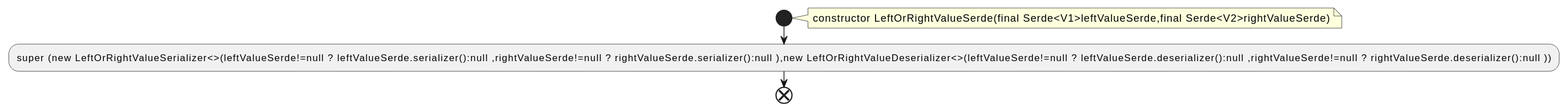
Earlier version of the PlantUML export docs/qc/streams/src/main/java/org/apache/kafka/streams/state/internals/LeftOrRightValueSerde.java.fct.svg (qualitesys/kafka).
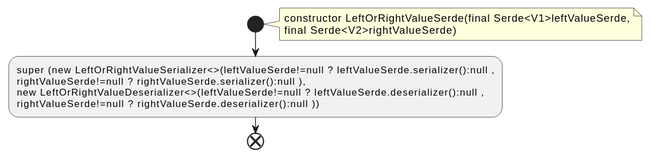
The same file after the commit.

Change to the diagram source:
```diff
@@ -2,8 +2,12 @@
 !pragma layout smetana
 start
 note right
-constructor LeftOrRightValueSerde(final Serde<V1>leftValueSerde,final Serde<V2>rightValueSerde)
+constructor LeftOrRightValueSerde(final Serde<V1>leftValueSerde,
+final Serde<V2>rightValueSerde)
 end note
-:super (new LeftOrRightValueSerializer<>(leftValueSerde!=null ? leftValueSerde.serializer():null ,rightValueSerde!=null ? rightValueSerde.serializer():null ),new LeftOrRightValueDeserializer<>(leftValueSerde!=null ? leftValueSerde.deserializer():null ,rightValueSerde!=null ? rightValueSerde.deserializer():null ));
+:super (new LeftOrRightValueSerializer<>(leftValueSerde!=null ? leftValueSerde.serializer():null ,
+rightValueSerde!=null ? rightValueSerde.serializer():null ),
+new LeftOrRightValueDeserializer<>(leftValueSerde!=null ? leftValueSerde.deserializer():null ,
+rightValueSerde!=null ? rightValueSerde.deserializer():null ));
 end
 @enduml
```
